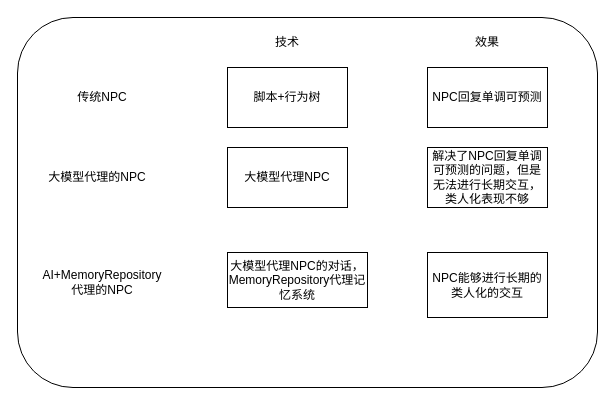
Before: NPC方法对比图.drawio in Formyselfonly/drawioFlowchart, a draw.io diagram. Source tidied: cells renumbered, new cells numbered last; positions are measured from the earlier drawing's top-left corner, leaving out a move shared by most shapes. Both pictures are drawn from the tidied source at 100%, with x=0, y=0 at pixel (17, 17).
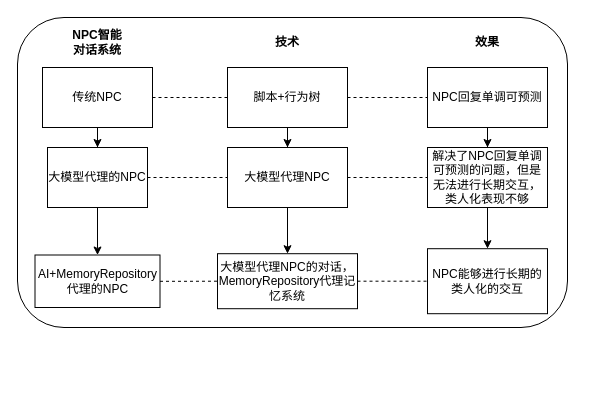
After the change.

Commit message (it also covers changes not shown here):
Update NPC方法对比图.drawio

Unchanged cells that the change refers to:
```xml
<mxCell id="6" value="脚本+行为树" style="rounded=0;whiteSpace=wrap;html=1;" parent="1" vertex="1">
  <mxGeometry x="210" y="50" width="120" height="60" as="geometry" />
</mxCell>
<mxCell id="7" value="大模型代理NPC" style="rounded=0;whiteSpace=wrap;html=1;" parent="1" vertex="1">
  <mxGeometry x="210" y="130" width="120" height="60" as="geometry" />
</mxCell>
<mxCell id="11" value="NPC回复单调可预测" style="rounded=0;whiteSpace=wrap;html=1;" parent="1" vertex="1">
  <mxGeometry x="410" y="50" width="120" height="60" as="geometry" />
</mxCell>
<mxCell id="12" value="解决了NPC回复单调可预测的问题，但是无法进行长期交互，类人化表现不够" style="rounded=0;whiteSpace=wrap;html=1;" parent="1" vertex="1">
  <mxGeometry x="410" y="130" width="120" height="60" as="geometry" />
</mxCell>
```

The edit, as a diff of the source:
```diff
@@
     <mxCell id="2" style="rounded=1;whiteSpace=wrap;html=1;" parent="1" vertex="1">
-      <mxGeometry width="580" height="370" as="geometry" />
+      <mxGeometry width="550" height="310" as="geometry" />
     </mxCell>
+    <mxCell id="14" style="edgeStyle=orthogonalEdgeStyle;rounded=0;jettySize=auto;html=1;" parent="1" edge="1" source="3" target="4">
+      <mxGeometry relative="1" as="geometry" />
+    </mxCell>
+    <mxCell id="15" style="edgeStyle=orthogonalEdgeStyle;rounded=0;jettySize=auto;html=1;entryX=0;entryY=0.5;entryDx=0;entryDy=0;dashed=1;endArrow=none;startFill=0;" parent="1" edge="1" source="3" target="6">
+      <mxGeometry relative="1" as="geometry">
+        <Array as="points">
+          <mxPoint x="100" y="80" />
+          <mxPoint x="100" y="80" />
+        </Array>
+      </mxGeometry>
+    </mxCell>
-    <mxCell id="3" value="传统NPC" style="text;html=1;align=center;verticalAlign=middle;whiteSpace=wrap;rounded=0;" parent="1" vertex="1">
-      <mxGeometry x="30" y="60" width="110" height="40" as="geometry" />
+    <mxCell id="3" value="传统NPC" style="text;html=1;align=center;verticalAlign=middle;whiteSpace=wrap;rounded=0;strokeColor=default;" parent="1" vertex="1">
+      <mxGeometry x="25" y="50" width="110" height="60" as="geometry" />
     </mxCell>
+    <mxCell id="16" style="edgeStyle=orthogonalEdgeStyle;rounded=0;jettySize=auto;html=1;" parent="1" edge="1" source="4" target="5">
+      <mxGeometry relative="1" as="geometry" />
+    </mxCell>
+    <mxCell id="17" style="edgeStyle=orthogonalEdgeStyle;rounded=0;jettySize=auto;html=1;entryX=0;entryY=0.5;entryDx=0;entryDy=0;endArrow=none;startFill=0;dashed=1;" parent="1" edge="1" source="4" target="7">
+      <mxGeometry relative="1" as="geometry" />
+    </mxCell>
-    <mxCell id="4" value="大模型代理的NPC" style="text;html=1;align=center;verticalAlign=middle;whiteSpace=wrap;rounded=0;" parent="1" vertex="1">
-      <mxGeometry x="30" y="140" width="100" height="40" as="geometry" />
+    <mxCell id="4" value="大模型代理的NPC" style="text;html=1;align=center;verticalAlign=middle;whiteSpace=wrap;rounded=0;strokeColor=default;" parent="1" vertex="1">
+      <mxGeometry x="30" y="130" width="100" height="60" as="geometry" />
     </mxCell>
+    <mxCell id="18" style="edgeStyle=orthogonalEdgeStyle;rounded=0;jettySize=auto;html=1;endArrow=none;startFill=0;dashed=1;" parent="1" edge="1" source="5" target="8">
+      <mxGeometry relative="1" as="geometry" />
+    </mxCell>
-    <mxCell id="5" value="AI+MemoryRepository代理的NPC" style="text;html=1;align=center;verticalAlign=middle;whiteSpace=wrap;rounded=0;" parent="1" vertex="1">
-      <mxGeometry x="30" y="240" width="110" height="50" as="geometry" />
+    <mxCell id="5" value="AI+MemoryRepository代理的NPC" style="text;html=1;align=center;verticalAlign=middle;whiteSpace=wrap;rounded=0;strokeColor=default;" parent="1" vertex="1">
+      <mxGeometry x="17.5" y="237.5" width="125" height="52.5" as="geometry" />
     </mxCell>
+    <mxCell id="19" style="edgeStyle=orthogonalEdgeStyle;rounded=0;jettySize=auto;html=1;" parent="1" edge="1" source="6" target="7">
+      <mxGeometry relative="1" as="geometry" />
+    </mxCell>
+    <mxCell id="20" style="edgeStyle=orthogonalEdgeStyle;rounded=0;jettySize=auto;html=1;entryX=0;entryY=0.5;entryDx=0;entryDy=0;dashed=1;endArrow=none;startFill=0;" parent="1" edge="1" source="6" target="11">
+      <mxGeometry relative="1" as="geometry" />
+    </mxCell>
@@
+    <mxCell id="21" style="edgeStyle=orthogonalEdgeStyle;rounded=0;jettySize=auto;html=1;" parent="1" edge="1" source="7" target="8">
+      <mxGeometry relative="1" as="geometry" />
+    </mxCell>
+    <mxCell id="22" style="edgeStyle=orthogonalEdgeStyle;rounded=0;jettySize=auto;html=1;entryX=0;entryY=0.5;entryDx=0;entryDy=0;dashed=1;endArrow=none;startFill=0;" parent="1" edge="1" source="7" target="12">
+      <mxGeometry relative="1" as="geometry" />
+    </mxCell>
@@
+    <mxCell id="23" style="edgeStyle=orthogonalEdgeStyle;rounded=0;jettySize=auto;html=1;entryX=0;entryY=0.5;entryDx=0;entryDy=0;dashed=1;endArrow=none;startFill=0;" parent="1" edge="1" source="8" target="13">
+      <mxGeometry relative="1" as="geometry" />
+    </mxCell>
     <mxCell id="8" value="大模型代理NPC的对话，MemoryRepository代理记忆系统" style="rounded=0;whiteSpace=wrap;html=1;" parent="1" vertex="1">
-      <mxGeometry x="210" y="235" width="140" height="55" as="geometry" />
+      <mxGeometry x="200" y="236.2" width="140" height="55" as="geometry" />
     </mxCell>
-    <mxCell id="9" value="技术" style="text;html=1;align=center;verticalAlign=middle;whiteSpace=wrap;rounded=0;" parent="1" vertex="1">
+    <mxCell id="9" value="&lt;b&gt;技术&lt;/b&gt;" style="text;html=1;align=center;verticalAlign=middle;whiteSpace=wrap;rounded=0;" parent="1" vertex="1">
       <mxGeometry x="240" y="10" width="60" height="30" as="geometry" />
     </mxCell>
-    <mxCell id="10" value="效果" style="text;html=1;align=center;verticalAlign=middle;whiteSpace=wrap;rounded=0;" parent="1" vertex="1">
+    <mxCell id="10" value="&lt;b&gt;效果&lt;/b&gt;" style="text;html=1;align=center;verticalAlign=middle;whiteSpace=wrap;rounded=0;" parent="1" vertex="1">
       <mxGeometry x="440" y="10" width="60" height="30" as="geometry" />
     </mxCell>
+    <mxCell id="24" style="edgeStyle=orthogonalEdgeStyle;rounded=0;jettySize=auto;html=1;" parent="1" edge="1" source="11" target="12">
+      <mxGeometry relative="1" as="geometry" />
+    </mxCell>
@@
+    <mxCell id="25" style="edgeStyle=orthogonalEdgeStyle;rounded=0;jettySize=auto;html=1;" parent="1" edge="1" source="12" target="13">
+      <mxGeometry relative="1" as="geometry" />
+    </mxCell>
@@
     <mxCell id="13" value="NPC能够进行长期的类人化的交互" style="rounded=0;whiteSpace=wrap;html=1;" parent="1" vertex="1">
-      <mxGeometry x="410" y="235" width="120" height="65" as="geometry" />
+      <mxGeometry x="410" y="231.2" width="120" height="65" as="geometry" />
     </mxCell>
+    <mxCell id="26" value="&lt;font style=&quot;color: rgb(0, 0, 0); --darkreader-inline-color: var(--darkreader-text-000000, #1e1c19);&quot;&gt;&lt;b&gt;NPC智能对话系统&lt;/b&gt;&lt;/font&gt;" style="text;html=1;align=center;verticalAlign=middle;whiteSpace=wrap;rounded=0;" parent="1" vertex="1">
+      <mxGeometry x="50" y="10" width="60" height="30" as="geometry" />
+    </mxCell>
```
